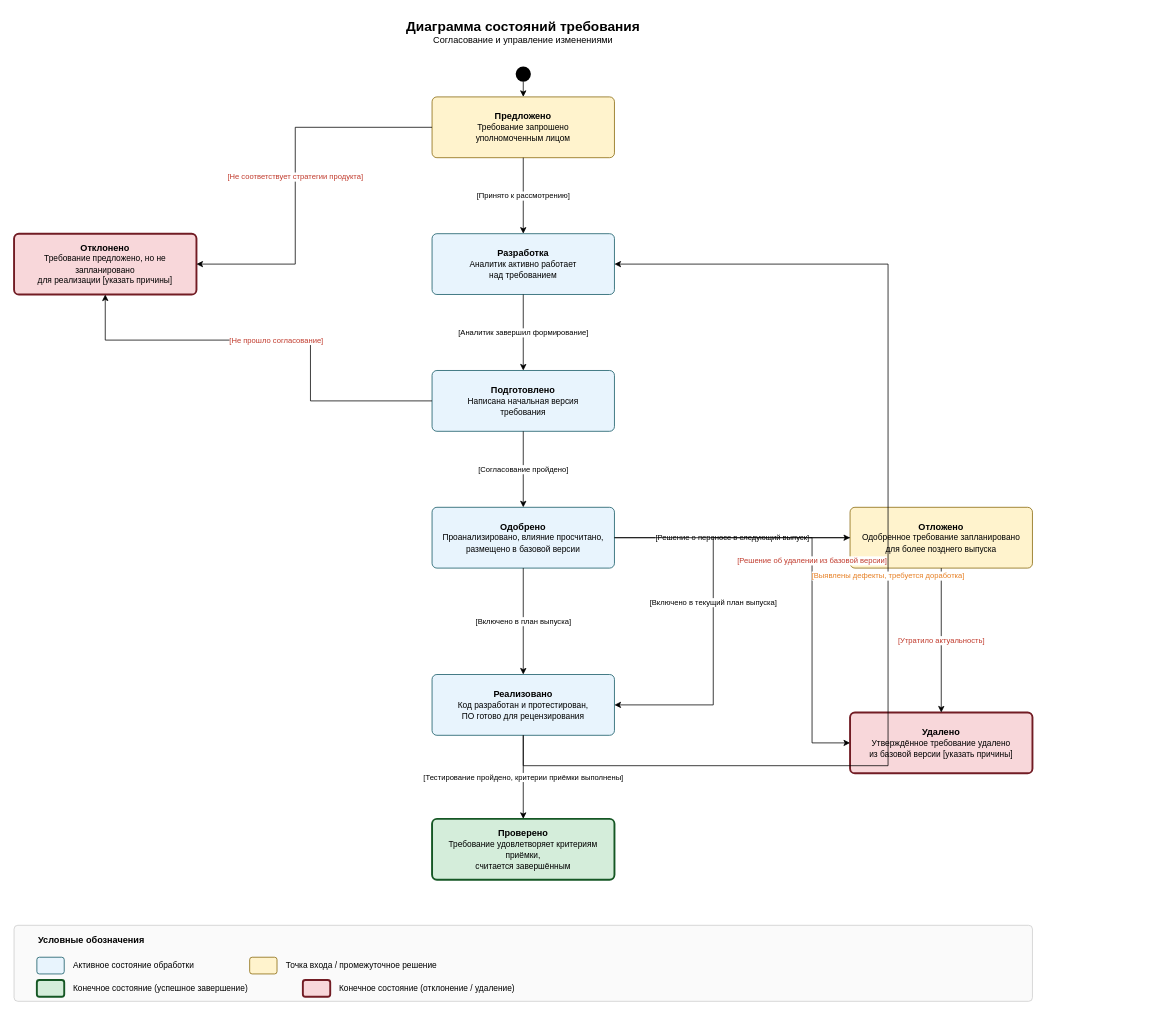
Earlier version of the draw.io diagram requirement_state_diagram (2).drawio (Darya338567/Technical-Specification-BA-CA-Analyst). Source tidied: cells renumbered, new cells numbered last; positions are measured from the earlier drawing's top-left corner, leaving out a move shared by most shapes. Both pictures are drawn from the tidied source at 76%, with x=0, y=0 at pixel (14, 13).
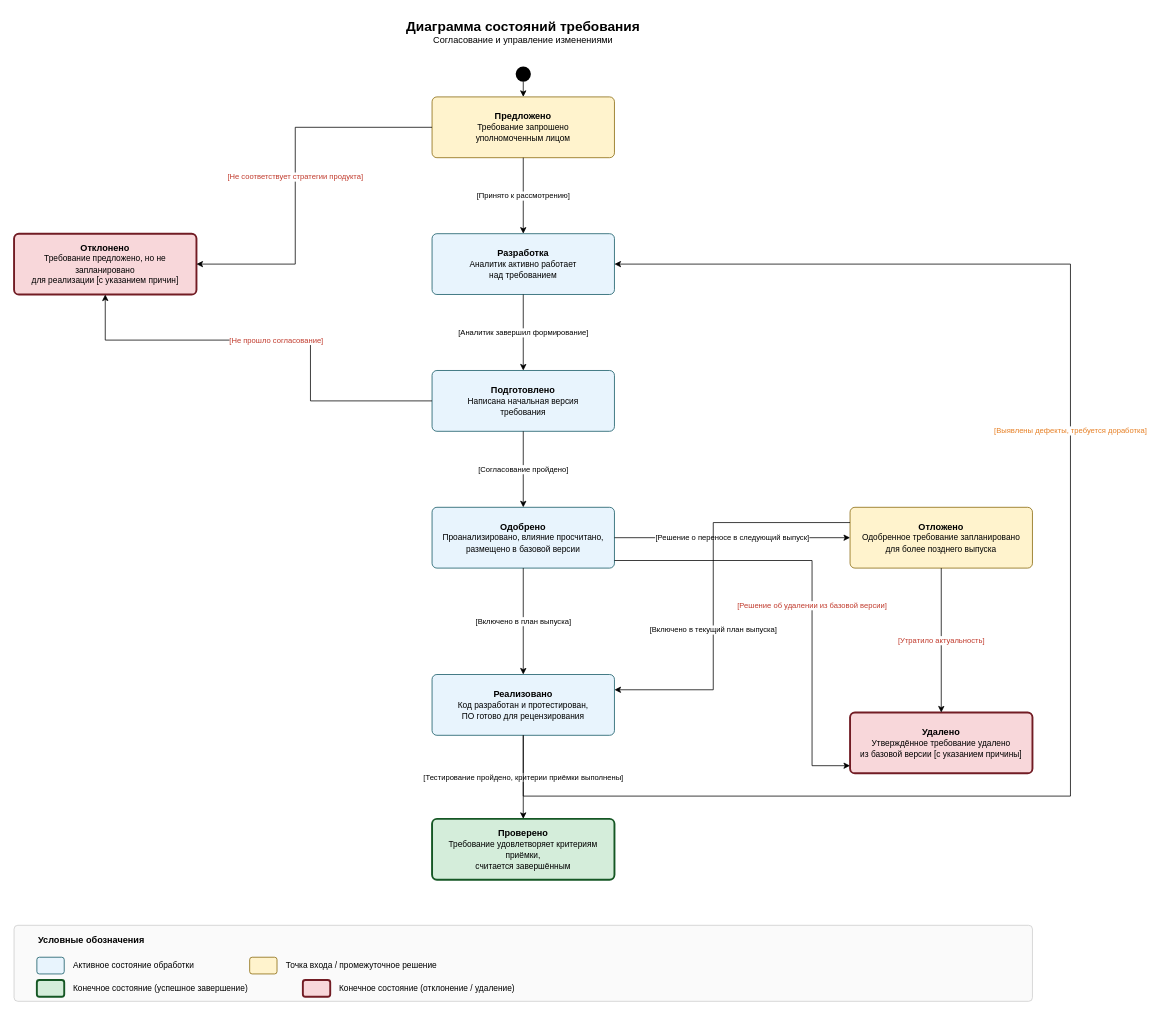
Above is the later version.

Unchanged cells that the change refers to:
```xml
<mxCell id="5" value="&lt;b&gt;Разработка&lt;/b&gt;&lt;br&gt;&lt;font style=&quot;font-size:11px;&quot;&gt;Аналитик активно работает&lt;br&gt;над требованием&lt;/font&gt;" style="rounded=1;whiteSpace=wrap;html=1;fillColor=#E8F4FD;strokeColor=#0C5460;arcSize=8;" parent="1" vertex="1">
  <mxGeometry x="550" y="290" width="240" height="80" as="geometry" />
</mxCell>
<mxCell id="7" value="&lt;b&gt;Одобрено&lt;/b&gt;&lt;br&gt;&lt;font style=&quot;font-size:11px;&quot;&gt;Проанализировано, влияние просчитано,&lt;br&gt;размещено в базовой версии&lt;/font&gt;" style="rounded=1;whiteSpace=wrap;html=1;fillColor=#E8F4FD;strokeColor=#0C5460;arcSize=8;" parent="1" vertex="1">
  <mxGeometry x="550" y="650" width="240" height="80" as="geometry" />
</mxCell>
<mxCell id="8" value="&lt;b&gt;Реализовано&lt;/b&gt;&lt;br&gt;&lt;font style=&quot;font-size:11px;&quot;&gt;Код разработан и протестирован,&lt;br&gt;ПО готово для рецензирования&lt;/font&gt;" style="rounded=1;whiteSpace=wrap;html=1;fillColor=#E8F4FD;strokeColor=#0C5460;arcSize=8;" parent="1" vertex="1">
  <mxGeometry x="550" y="870" width="240" height="80" as="geometry" />
</mxCell>
<mxCell id="11" value="&lt;b&gt;Отложено&lt;/b&gt;&lt;br&gt;&lt;font style=&quot;font-size:11px;&quot;&gt;Одобренное требование запланировано&lt;br&gt;для более позднего выпуска&lt;/font&gt;" style="rounded=1;whiteSpace=wrap;html=1;fillColor=#FFF3CD;strokeColor=#856404;arcSize=8;" parent="1" vertex="1">
  <mxGeometry x="1100" y="650" width="240" height="80" as="geometry" />
</mxCell>
```

What changed in the source:
```diff
@@
-    <mxCell id="10" value="&lt;b&gt;Отклонено&lt;/b&gt;&lt;br&gt;&lt;font style=&quot;font-size:11px;&quot;&gt;Требование предложено, но не запланировано&lt;br&gt;для реализации [указать причины]&lt;/font&gt;" style="rounded=1;whiteSpace=wrap;html=1;fillColor=#F8D7DA;strokeColor=#721C24;arcSize=8;strokeWidth=2.5;" parent="1" vertex="1">
+    <mxCell id="10" value="&lt;b&gt;Отклонено&lt;/b&gt;&lt;br&gt;&lt;font style=&quot;font-size:11px;&quot;&gt;Требование предложено, но не запланировано&lt;br&gt;для реализации [с указанием причин]&lt;/font&gt;" style="rounded=1;whiteSpace=wrap;html=1;fillColor=#F8D7DA;strokeColor=#721C24;arcSize=8;strokeWidth=2.5;" parent="1" vertex="1">
       <mxGeometry y="290" width="240" height="80" as="geometry" />
     </mxCell>
@@
-    <mxCell id="12" value="&lt;b&gt;Удалено&lt;/b&gt;&lt;br&gt;&lt;font style=&quot;font-size:11px;&quot;&gt;Утверждённое требование удалено&lt;br&gt;из базовой версии [указать причины]&lt;/font&gt;" style="rounded=1;whiteSpace=wrap;html=1;fillColor=#F8D7DA;strokeColor=#721C24;arcSize=8;strokeWidth=2.5;" parent="1" vertex="1">
+    <mxCell id="12" value="&lt;b&gt;Удалено&lt;/b&gt;&lt;br&gt;&lt;font style=&quot;font-size:11px;&quot;&gt;Утверждённое требование удалено&lt;br&gt;из базовой версии [с указанием причины]&lt;/font&gt;" style="rounded=1;whiteSpace=wrap;html=1;fillColor=#F8D7DA;strokeColor=#721C24;arcSize=8;strokeWidth=2.5;" parent="1" vertex="1">
       <mxGeometry x="1100" y="920" width="240" height="80" as="geometry" />
     </mxCell>
@@
-    <mxCell id="21" value="&lt;font color=&quot;#C0392B&quot;&gt;[Решение об удалении из базовой версии]&lt;/font&gt;" style="edgeStyle=orthogonalEdgeStyle;rounded=0;jettySize=auto;html=1;exitX=1;exitY=0.5;exitDx=0;exitDy=0;entryX=0;entryY=0.5;entryDx=0;entryDy=0;fontSize=10;" parent="1" edge="1" source="7" target="12">
-      <mxGeometry relative="1" as="geometry">
+    <mxCell id="21" value="&lt;font color=&quot;#C0392B&quot;&gt;[Решение об удалении из базовой версии]&lt;/font&gt;" style="edgeStyle=orthogonalEdgeStyle;rounded=0;orthogonalLoop=1;jettySize=auto;html=1;exitX=1;exitY=0.5;exitDx=0;exitDy=0;entryX=0;entryY=0.5;entryDx=0;entryDy=0;fontSize=10;" parent="1" edge="1">
+      <mxGeometry x="0.1" relative="1" as="geometry">
+        <mxPoint x="790" y="720" as="sourcePoint" />
+        <mxPoint x="1100" y="990" as="targetPoint" />
         <Array as="points">
-          <mxPoint x="1050" y="690" />
-          <mxPoint x="1050" y="960" />
+          <mxPoint x="1050" y="720" />
+          <mxPoint x="1050" y="990" />
         </Array>
       </mxGeometry>
     </mxCell>
-    <mxCell id="22" value="[Включено в текущий план выпуска]" style="edgeStyle=orthogonalEdgeStyle;rounded=0;jettySize=auto;html=1;exitX=0;exitY=0.5;exitDx=0;exitDy=0;entryX=1;entryY=0.5;entryDx=0;entryDy=0;fontSize=10;" parent="1" edge="1" source="11" target="8">
-      <mxGeometry relative="1" as="geometry">
+    <mxCell id="22" value="[Включено в текущий план выпуска]" style="edgeStyle=orthogonalEdgeStyle;rounded=0;orthogonalLoop=1;jettySize=auto;html=1;exitX=0;exitY=0.5;exitDx=0;exitDy=0;entryX=1;entryY=0.5;entryDx=0;entryDy=0;fontSize=10;" parent="1" edge="1">
+      <mxGeometry x="0.21" relative="1" as="geometry">
+        <mxPoint x="1100" y="670.1" as="sourcePoint" />
+        <mxPoint x="790" y="890.1" as="targetPoint" />
         <Array as="points">
-          <mxPoint x="920" y="690" />
-          <mxPoint x="920" y="910" />
+          <mxPoint x="920" y="670.1" />
+          <mxPoint x="920" y="890.1" />
         </Array>
       </mxGeometry>
     </mxCell>
@@
     <mxCell id="25" value="&lt;font color=&quot;#E67E22&quot;&gt;[Выявлены дефекты, требуется доработка]&lt;/font&gt;" style="edgeStyle=orthogonalEdgeStyle;rounded=0;jettySize=auto;html=1;exitX=0.5;exitY=1;exitDx=0;exitDy=0;entryX=1;entryY=0.5;entryDx=0;entryDy=0;fontSize=10;" parent="1" edge="1" source="8" target="5">
-      <mxGeometry relative="1" as="geometry">
+      <mxGeometry x="0.22" relative="1" as="geometry">
         <Array as="points">
-          <mxPoint x="670" y="990" />
-          <mxPoint x="1150" y="990" />
-          <mxPoint x="1150" y="330" />
+          <mxPoint x="670" y="1030" />
+          <mxPoint x="1390" y="1030" />
+          <mxPoint x="1390" y="330" />
         </Array>
       </mxGeometry>
     </mxCell>
```
